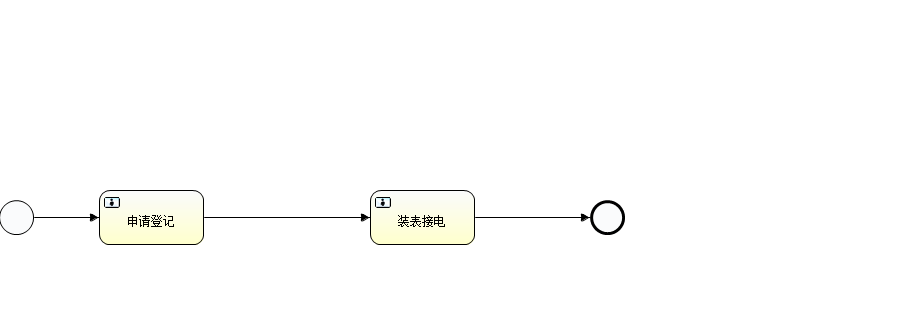
creSky/bem-server keeps this BPMN diagram as src/main/resources/processes/CancelAccount.png. Above is the earlier version. Its source is kept beside it as src/main/resources/processes/CancelAccount.bpmn. Ids are renumbered.
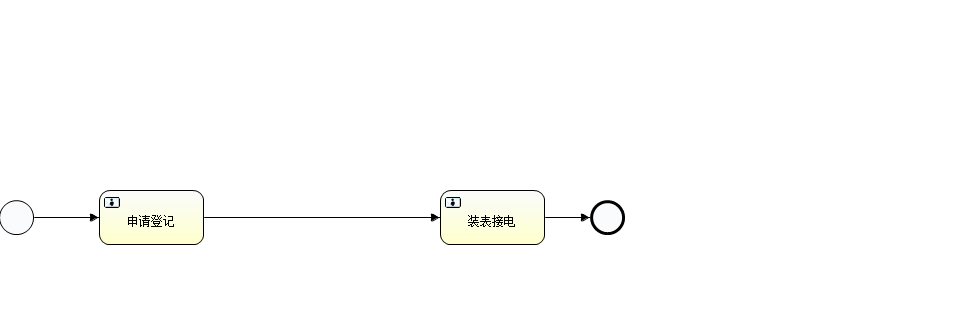
The same file after the commit.

What changed in the source:
```diff
@@ -1,38 +1,59 @@
-<definitions xmlns="http://www.omg.org/spec/BPMN/20100524/MODEL" xmlns:xsi="http://www.w3.org/2001/XMLSchema-instance" xmlns:activiti="http://activiti.org/bpmn" xmlns:bpmndi="http://www.omg.org/spec/BPMN/20100524/DI" xmlns:omgdc="http://www.omg.org/spec/DD/20100524/DC" xmlns:omgdi="http://www.omg.org/spec/DD/20100524/DI" xmlns:tns="http://www.activiti.org/HighVoltageNew" xmlns:xsd="http://www.w3.org/2001/XMLSchema" typeLanguage="http://www.w3.org/2001/XMLSchema" expressionLanguage="http://www.w3.org/1999/XPath" targetNamespace="http://www.activiti.org/HighVoltageNew">
-  <process id="ChangeMeterInfo" name="高压新装1.0" isExecutable="true" isClosed="false" processType="None">
-    <startEvent id="startevent1" name="开始"></startEvent>
-    <userTask id="bem-f1-p1" name="申请登记" activiti:candidateGroups="1"></userTask>
-    <sequenceFlow id="flow2" sourceRef="startevent1" targetRef="bem-f1-p1"></sequenceFlow>
-    <userTask id="bem-f1-p9" name="装表接电" activiti:candidateGroups="1"></userTask>
-    <endEvent id="endevent1" name="End"></endEvent>
-    <sequenceFlow id="flow5" sourceRef="bem-f1-p9" targetRef="endevent1"></sequenceFlow>
-    <sequenceFlow id="flow6" sourceRef="bem-f1-p1" targetRef="bem-f1-p9"></sequenceFlow>
+<definitions xmlns="http://www.omg.org/spec/BPMN/20100524/MODEL" xmlns:activiti="http://activiti.org/bpmn" xmlns:bpmndi="http://www.omg.org/spec/BPMN/20100524/DI" xmlns:omgdc="http://www.omg.org/spec/DD/20100524/DC" xmlns:omgdi="http://www.omg.org/spec/DD/20100524/DI" xmlns:tns="http://www.activiti.org/HighVoltageNew" xmlns:xsd="http://www.w3.org/2001/XMLSchema" xmlns:xsi="http://www.w3.org/2001/XMLSchema-instance" expressionLanguage="http://www.w3.org/1999/XPath" id="m1558688374648" name="" targetNamespace="http://www.activiti.org/HighVoltageNew" typeLanguage="http://www.w3.org/2001/XMLSchema">
+  <process id="CancelAccount" isClosed="false" isExecutable="true" name="销户" processType="None">
+    <startEvent id="startevent1" name="开始"/>
+    <userTask activiti:candidateGroups="1" activiti:exclusive="true" id="bem-f1-p1" name="申请登记"/>
+    <sequenceFlow id="flow2" sourceRef="startevent1" targetRef="bem-f1-p1"/>
+    <userTask activiti:candidateGroups="1" activiti:exclusive="true" id="bem-f1-p9" name="销户"/>
+    <endEvent id="endevent1" name="End"/>
+    <sequenceFlow id="flow5" sourceRef="bem-f1-p9" targetRef="endevent1"/>
+    <sequenceFlow id="flow6" sourceRef="bem-f1-p1" targetRef="bem-f1-p9"/>
   </process>
-  <bpmndi:BPMNDiagram id="BPMNDiagram_ChangeMeterInfo">
-    <bpmndi:BPMNPlane bpmnElement="ChangeMeterInfo" id="BPMNPlane_ChangeMeterInfo">
-      <bpmndi:BPMNShape bpmnElement="startevent1" id="BPMNShape_startevent1">
-        <omgdc:Bounds height="35.0" width="35.0" x="-1.0" y="200.0"></omgdc:Bounds>
+  <bpmndi:BPMNDiagram documentation="background=#FFFFFF;count=1;horizontalcount=1;orientation=0;width=842.4;height=1195.2;imageableWidth=832.4;imageableHeight=1185.2;imageableX=5.0;imageableY=5.0" id="Diagram-_1" name="New Diagram">
+    <bpmndi:BPMNPlane bpmnElement="CancelAccount">
+      <bpmndi:BPMNShape bpmnElement="startevent1" id="Shape-startevent1">
+        <omgdc:Bounds height="32.0" width="32.0" x="-1.0" y="200.0"/>
+        <bpmndi:BPMNLabel>
+          <omgdc:Bounds height="32.0" width="32.0" x="0.0" y="0.0"/>
+        </bpmndi:BPMNLabel>
       </bpmndi:BPMNShape>
-      <bpmndi:BPMNShape bpmnElement="bem-f1-p1" id="BPMNShape_bem-f1-p1">
-        <omgdc:Bounds height="55.0" width="105.0" x="99.0" y="190.0"></omgdc:Bounds>
+      <bpmndi:BPMNShape bpmnElement="bem-f1-p1" id="Shape-bem-f1-p1">
+        <omgdc:Bounds height="55.0" width="105.0" x="99.0" y="190.0"/>
+        <bpmndi:BPMNLabel>
+          <omgdc:Bounds height="55.0" width="105.0" x="0.0" y="0.0"/>
+        </bpmndi:BPMNLabel>
       </bpmndi:BPMNShape>
-      <bpmndi:BPMNShape bpmnElement="bem-f1-p9" id="BPMNShape_bem-f1-p9">
-        <omgdc:Bounds height="55.0" width="105.0" x="370.0" y="190.0"></omgdc:Bounds>
+      <bpmndi:BPMNShape bpmnElement="bem-f1-p9" id="Shape-bem-f1-p9">
+        <omgdc:Bounds height="55.0" width="105.0" x="440.0" y="190.0"/>
+        <bpmndi:BPMNLabel>
+          <omgdc:Bounds height="55.0" width="105.0" x="0.0" y="0.0"/>
+        </bpmndi:BPMNLabel>
       </bpmndi:BPMNShape>
-      <bpmndi:BPMNShape bpmnElement="endevent1" id="BPMNShape_endevent1">
-        <omgdc:Bounds height="35.0" width="35.0" x="590.0" y="200.0"></omgdc:Bounds>
+      <bpmndi:BPMNShape bpmnElement="endevent1" id="Shape-endevent1">
+        <omgdc:Bounds height="32.0" width="32.0" x="590.0" y="200.0"/>
+        <bpmndi:BPMNLabel>
+          <omgdc:Bounds height="32.0" width="32.0" x="0.0" y="0.0"/>
+        </bpmndi:BPMNLabel>
       </bpmndi:BPMNShape>
-      <bpmndi:BPMNEdge bpmnElement="flow2" id="BPMNEdge_flow2">
-        <omgdi:waypoint x="34.0" y="217.0"></omgdi:waypoint>
-        <omgdi:waypoint x="99.0" y="217.0"></omgdi:waypoint>
+      <bpmndi:BPMNEdge bpmnElement="flow2" id="BPMNEdge_flow2" sourceElement="startevent1" targetElement="bem-f1-p1">
+        <omgdi:waypoint x="31.0" y="216.0"/>
+        <omgdi:waypoint x="99.0" y="217.5"/>
+        <bpmndi:BPMNLabel>
+          <omgdc:Bounds height="-1.0" width="-1.0" x="-1.0" y="-1.0"/>
+        </bpmndi:BPMNLabel>
       </bpmndi:BPMNEdge>
-      <bpmndi:BPMNEdge bpmnElement="flow5" id="BPMNEdge_flow5">
-        <omgdi:waypoint x="475.0" y="217.0"></omgdi:waypoint>
-        <omgdi:waypoint x="590.0" y="217.0"></omgdi:waypoint>
+      <bpmndi:BPMNEdge bpmnElement="flow5" id="BPMNEdge_flow5" sourceElement="bem-f1-p9" targetElement="endevent1">
+        <omgdi:waypoint x="545.0" y="217.5"/>
+        <omgdi:waypoint x="590.0" y="216.0"/>
+        <bpmndi:BPMNLabel>
+          <omgdc:Bounds height="-1.0" width="-1.0" x="-1.0" y="-1.0"/>
+        </bpmndi:BPMNLabel>
       </bpmndi:BPMNEdge>
-      <bpmndi:BPMNEdge bpmnElement="flow6" id="BPMNEdge_flow6">
-        <omgdi:waypoint x="204.0" y="217.0"></omgdi:waypoint>
-        <omgdi:waypoint x="370.0" y="217.0"></omgdi:waypoint>
+      <bpmndi:BPMNEdge bpmnElement="flow6" id="BPMNEdge_flow6" sourceElement="bem-f1-p1" targetElement="bem-f1-p9">
+        <omgdi:waypoint x="204.0" y="217.5"/>
+        <omgdi:waypoint x="440.0" y="217.5"/>
+        <bpmndi:BPMNLabel>
+          <omgdc:Bounds height="-1.0" width="-1.0" x="-1.0" y="-1.0"/>
+        </bpmndi:BPMNLabel>
       </bpmndi:BPMNEdge>
     </bpmndi:BPMNPlane>
   </bpmndi:BPMNDiagram>
```
